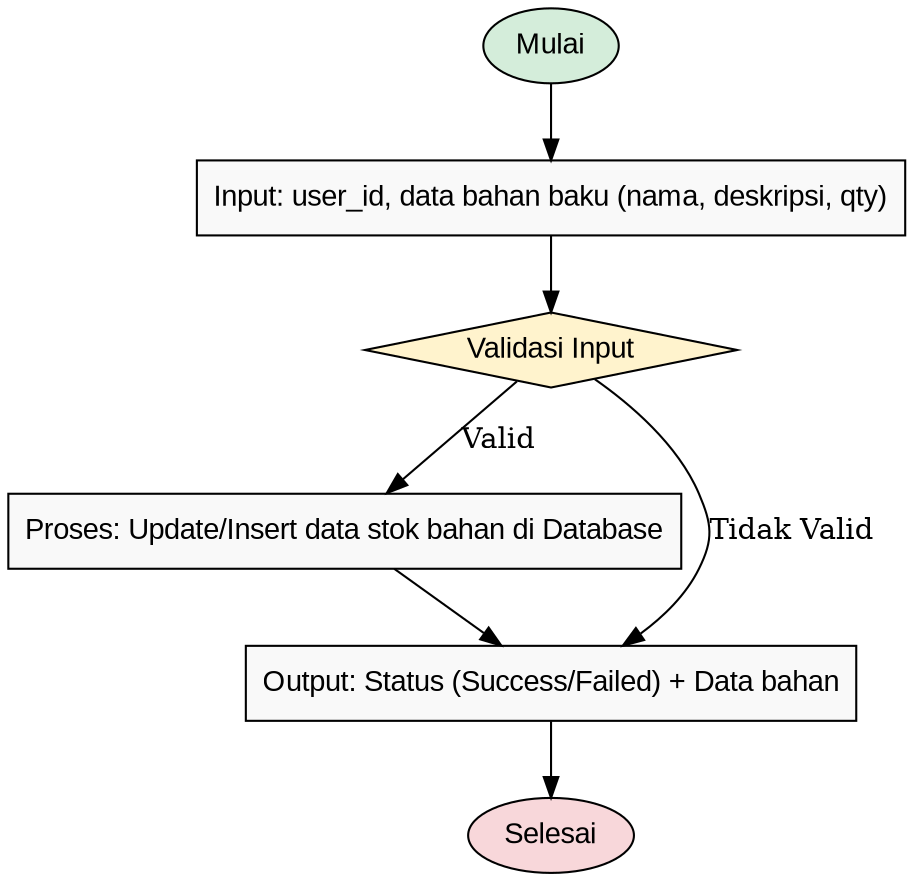
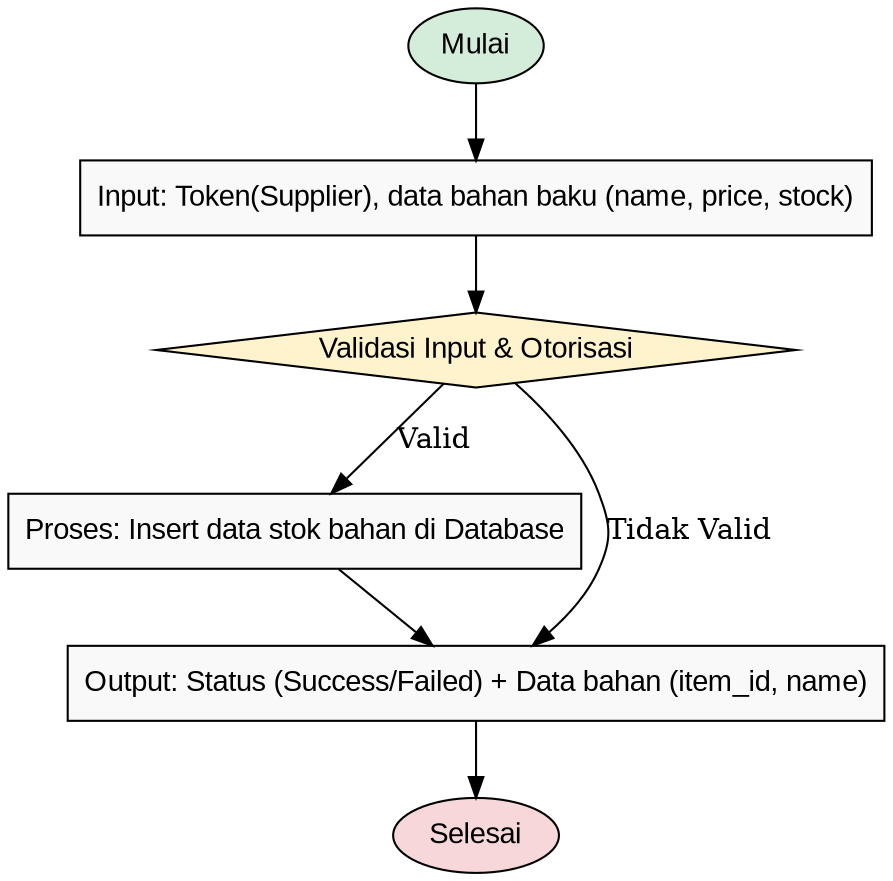
digraph ManajemenBahanBaku {
    rankdir=TB;
    node [shape=box, style=filled, fillcolor="#f9f9f9", fontname="Arial"];

    Start [shape=oval, fillcolor="#d4edda", label="Mulai"];
-     Input [label="Input: user_id, data bahan baku (nama, deskripsi, qty)"];
-     Validasi [shape=diamond, fillcolor="#fff3cd", label="Validasi Input"];
-     Proses [label="Proses: Update/Insert data stok bahan di Database"];
-     Output [label="Output: Status (Success/Failed) + Data bahan"];
+     Input [label="Input: Token(Supplier), data bahan baku (name, price, stock)"];
+     Validasi [shape=diamond, fillcolor="#fff3cd", label="Validasi Input & Otorisasi"];
+     Proses [label="Proses: Insert data stok bahan di Database"];
+     Output [label="Output: Status (Success/Failed) + Data bahan (item_id, name)"];
    End [shape=oval, fillcolor="#f8d7da", label="Selesai"];

    Start -> Input;
    Input -> Validasi;
    Validasi -> Proses [label="Valid"];
    Validasi -> Output [label="Tidak Valid"];
    Proses -> Output;
    Output -> End;
}
